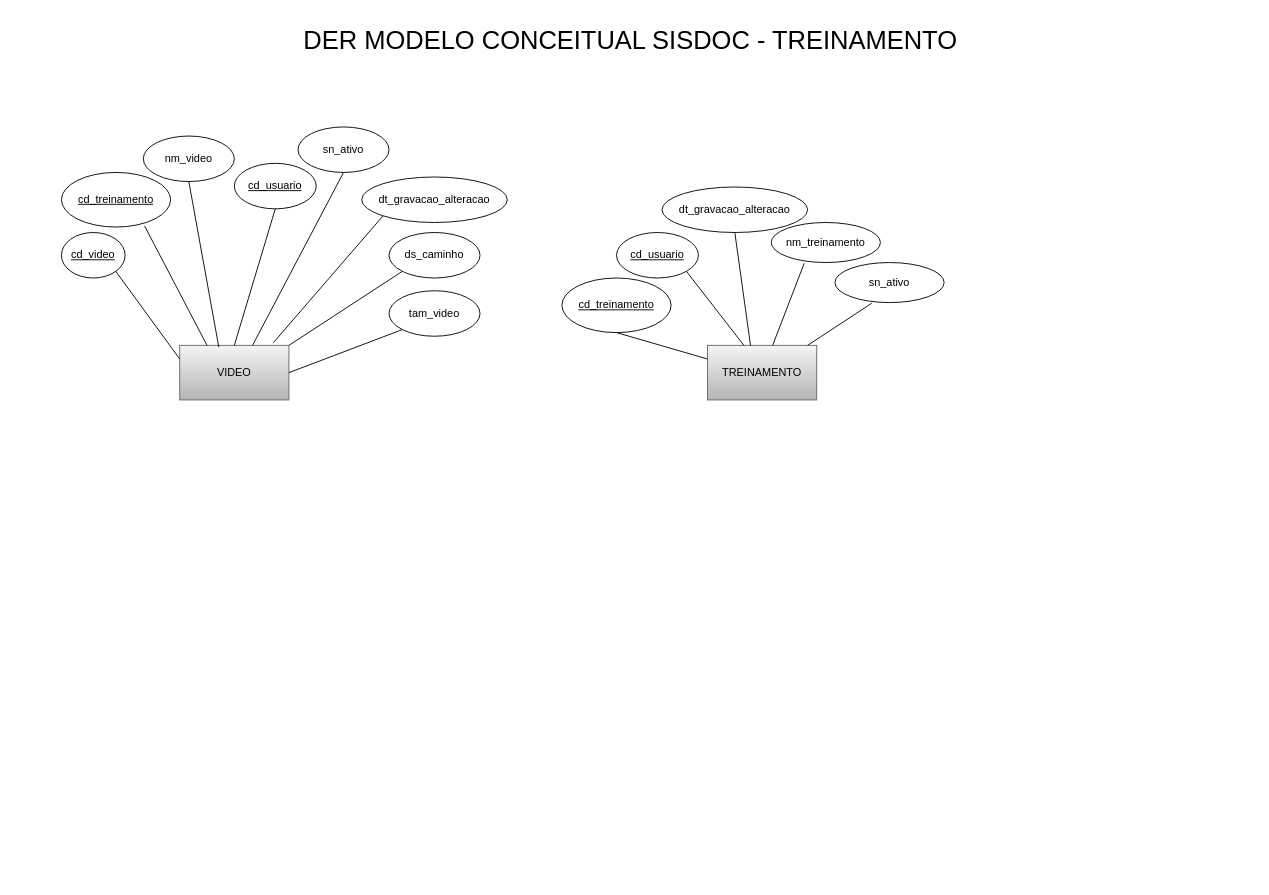
Earlier version of the draw.io diagram der modelo conceitual sisdoc.drawio (marcos-renato/MODELOS-DRAWIO). Source tidied: cells renumbered, new cells numbered last; positions are measured from the earlier drawing's top-left corner, leaving out a move shared by most shapes. Both pictures are drawn from the tidied source at 91%, with x=0, y=0 at pixel (16, 26).
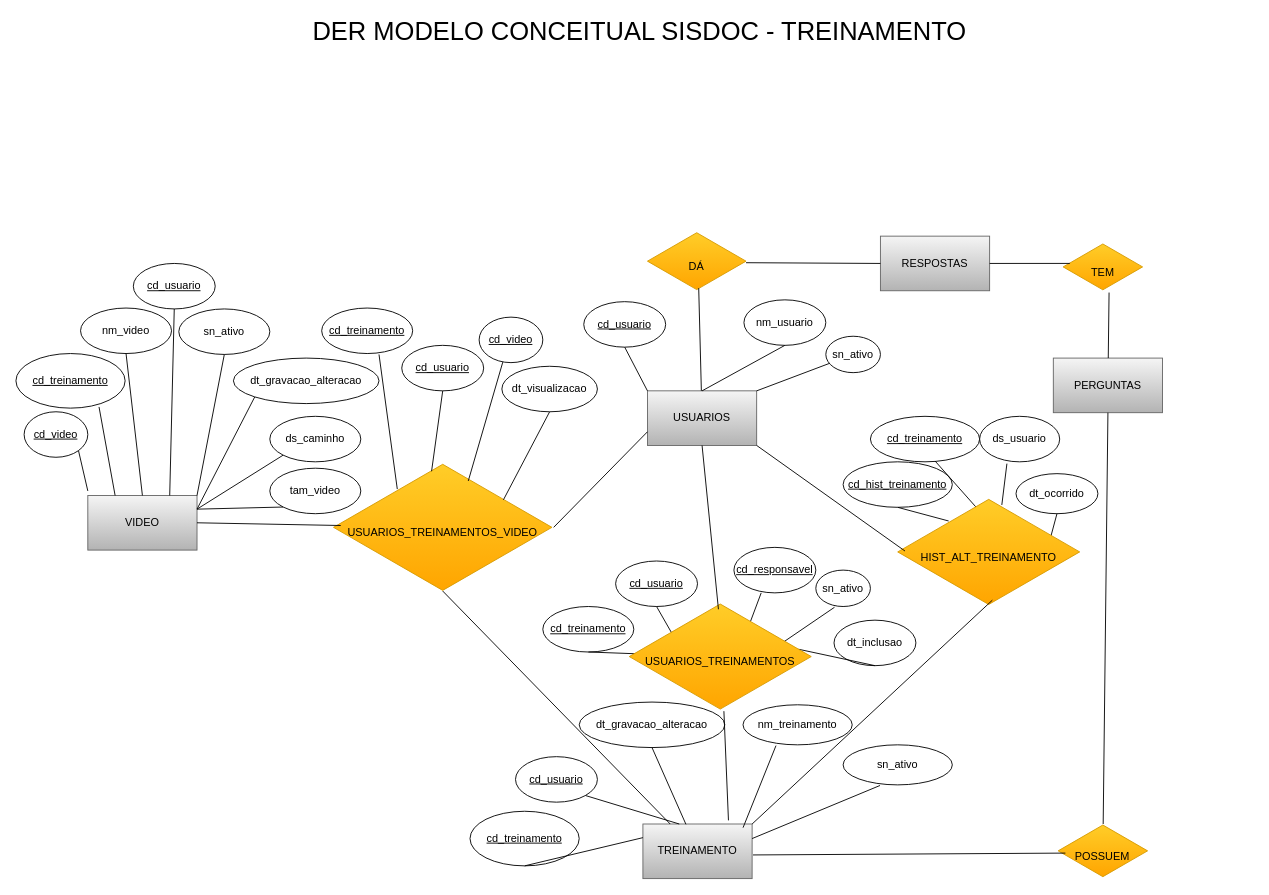
Above is the later version.

Change to the diagram source:
```diff
@@
     <mxCell id="2" value="&lt;font style=&quot;font-size: 28px;&quot;&gt;DER MODELO CONCEITUAL SISDOC - TREINAMENTO&lt;/font&gt;" style="text;html=1;strokeColor=none;fillColor=none;align=center;verticalAlign=middle;whiteSpace=wrap;rounded=0;" parent="1" vertex="1">
-      <mxGeometry width="1349" height="30" as="geometry" />
+      <mxGeometry x="10" y="-10" width="1349" height="30" as="geometry" />
     </mxCell>
     <mxCell id="3" value="VIDEO" style="rounded=0;whiteSpace=wrap;html=1;fillColor=#f5f5f5;gradientColor=#b3b3b3;strokeColor=#666666;" parent="1" vertex="1">
-      <mxGeometry x="179" y="350" width="120" height="60" as="geometry" />
+      <mxGeometry x="78" y="515" width="120" height="60" as="geometry" />
     </mxCell>
     <mxCell id="4" value="&lt;u&gt;cd_video&lt;/u&gt;" style="ellipse;whiteSpace=wrap;html=1;" parent="1" vertex="1">
-      <mxGeometry x="49" y="226" width="70" height="50" as="geometry" />
+      <mxGeometry x="8" y="423" width="70" height="50" as="geometry" />
     </mxCell>
     <mxCell id="5" value="&lt;u&gt;cd_treinamento&lt;/u&gt;" style="ellipse;whiteSpace=wrap;html=1;" parent="1" vertex="1">
-      <mxGeometry x="49" y="160" width="120" height="60" as="geometry" />
+      <mxGeometry x="-1" y="359" width="120" height="60" as="geometry" />
     </mxCell>
     <mxCell id="6" value="nm_video" style="ellipse;whiteSpace=wrap;html=1;" parent="1" vertex="1">
-      <mxGeometry x="139" y="120" width="100" height="50" as="geometry" />
+      <mxGeometry x="70" y="309" width="100" height="50" as="geometry" />
     </mxCell>
     <mxCell id="7" value="&lt;u&gt;cd_usuario&lt;/u&gt;" style="ellipse;whiteSpace=wrap;html=1;" parent="1" vertex="1">
-      <mxGeometry x="239" y="150" width="90" height="50" as="geometry" />
+      <mxGeometry x="128" y="260" width="90" height="50" as="geometry" />
     </mxCell>
     <mxCell id="8" value="sn_ativo" style="ellipse;whiteSpace=wrap;html=1;" parent="1" vertex="1">
-      <mxGeometry x="309" y="110" width="100" height="50" as="geometry" />
+      <mxGeometry x="178" y="310" width="100" height="50" as="geometry" />
     </mxCell>
     <mxCell id="9" value="dt_gravacao_alteracao" style="ellipse;whiteSpace=wrap;html=1;" parent="1" vertex="1">
-      <mxGeometry x="379" y="165" width="160" height="50" as="geometry" />
+      <mxGeometry x="238" y="364" width="160" height="50" as="geometry" />
     </mxCell>
     <mxCell id="10" value="ds_caminho" style="ellipse;whiteSpace=wrap;html=1;" parent="1" vertex="1">
-      <mxGeometry x="409" y="226" width="100" height="50" as="geometry" />
+      <mxGeometry x="278" y="428" width="100" height="50" as="geometry" />
     </mxCell>
     <mxCell id="11" value="tam_video" style="ellipse;whiteSpace=wrap;html=1;" parent="1" vertex="1">
-      <mxGeometry x="409" y="290" width="100" height="50" as="geometry" />
+      <mxGeometry x="278" y="485" width="100" height="50" as="geometry" />
     </mxCell>
@@
-    <mxCell id="13" style="endArrow=none;html=1;rounded=0;fontSize=28;entryX=0.5;entryY=1;entryDx=0;entryDy=0;exitX=0.358;exitY=0.033;exitDx=0;exitDy=0;exitPerimeter=0;" parent="1" edge="1" source="3" target="6">
+    <mxCell id="13" style="endArrow=none;html=1;rounded=0;fontSize=28;entryX=0.5;entryY=1;entryDx=0;entryDy=0;exitX=0.5;exitY=0;exitDx=0;exitDy=0;" parent="1" edge="1" source="3" target="6">
       <mxGeometry relative="1" as="geometry" />
     </mxCell>
-    <mxCell id="14" style="endArrow=none;html=1;rounded=0;fontSize=28;entryX=0.5;entryY=1;entryDx=0;entryDy=0;exitX=0.5;exitY=0;exitDx=0;exitDy=0;" parent="1" edge="1" source="3" target="7">
+    <mxCell id="14" style="endArrow=none;html=1;rounded=0;fontSize=28;entryX=0.5;entryY=1;entryDx=0;entryDy=0;exitX=0.75;exitY=0;exitDx=0;exitDy=0;" parent="1" edge="1" source="3" target="7">
       <mxGeometry relative="1" as="geometry" />
     </mxCell>
-    <mxCell id="15" style="endArrow=none;html=1;rounded=0;fontSize=28;entryX=0.5;entryY=1;entryDx=0;entryDy=0;" parent="1" edge="1" target="8">
-      <mxGeometry relative="1" as="geometry">
-        <mxPoint x="259" y="350" as="sourcePoint" />
-      </mxGeometry>
+    <mxCell id="15" style="endArrow=none;html=1;rounded=0;fontSize=28;entryX=0.5;entryY=1;entryDx=0;entryDy=0;exitX=1;exitY=0;exitDx=0;exitDy=0;" parent="1" edge="1" source="3" target="8">
+      <mxGeometry relative="1" as="geometry" />
     </mxCell>
-    <mxCell id="16" style="endArrow=none;html=1;rounded=0;fontSize=28;entryX=0;entryY=1;entryDx=0;entryDy=0;exitX=0.858;exitY=-0.05;exitDx=0;exitDy=0;exitPerimeter=0;" parent="1" edge="1" source="3" target="9">
+    <mxCell id="16" style="endArrow=none;html=1;rounded=0;fontSize=28;entryX=0;entryY=1;entryDx=0;entryDy=0;exitX=1;exitY=0.25;exitDx=0;exitDy=0;" parent="1" edge="1" source="3" target="9">
       <mxGeometry relative="1" as="geometry" />
     </mxCell>
-    <mxCell id="17" style="endArrow=none;html=1;rounded=0;fontSize=28;entryX=0;entryY=1;entryDx=0;entryDy=0;exitX=1;exitY=0;exitDx=0;exitDy=0;" parent="1" edge="1" source="3" target="10">
+    <mxCell id="17" style="endArrow=none;html=1;rounded=0;fontSize=28;entryX=0;entryY=1;entryDx=0;entryDy=0;exitX=1;exitY=0.25;exitDx=0;exitDy=0;" parent="1" edge="1" source="3" target="10">
       <mxGeometry relative="1" as="geometry" />
     </mxCell>
-    <mxCell id="18" style="endArrow=none;html=1;rounded=0;fontSize=28;entryX=0;entryY=1;entryDx=0;entryDy=0;" parent="1" edge="1" target="11">
-      <mxGeometry relative="1" as="geometry">
-        <mxPoint x="299" y="380" as="sourcePoint" />
-      </mxGeometry>
+    <mxCell id="18" style="endArrow=none;html=1;rounded=0;fontSize=28;entryX=0;entryY=1;entryDx=0;entryDy=0;exitX=1;exitY=0.25;exitDx=0;exitDy=0;" parent="1" edge="1" source="3" target="11">
+      <mxGeometry relative="1" as="geometry" />
     </mxCell>
-    <mxCell id="19" style="endArrow=none;html=1;rounded=0;fontSize=28;entryX=1;entryY=1;entryDx=0;entryDy=0;exitX=0;exitY=0.25;exitDx=0;exitDy=0;" parent="1" edge="1" source="3" target="4">
-      <mxGeometry relative="1" as="geometry" />
+    <mxCell id="19" style="endArrow=none;html=1;rounded=0;fontSize=28;entryX=1;entryY=1;entryDx=0;entryDy=0;" parent="1" edge="1" target="4">
+      <mxGeometry relative="1" as="geometry">
+        <mxPoint x="78" y="510" as="sourcePoint" />
+      </mxGeometry>
     </mxCell>
     <mxCell id="20" value="TREINAMENTO" style="rounded=0;whiteSpace=wrap;html=1;fillColor=#f5f5f5;gradientColor=#b3b3b3;strokeColor=#666666;" parent="1" vertex="1">
-      <mxGeometry x="759" y="350" width="120" height="60" as="geometry" />
+      <mxGeometry x="688" y="876" width="120" height="60" as="geometry" />
     </mxCell>
     <mxCell id="21" value="&lt;u&gt;cd_treinamento&lt;/u&gt;" style="ellipse;whiteSpace=wrap;html=1;" parent="1" vertex="1">
-      <mxGeometry x="599" y="276" width="120" height="60" as="geometry" />
+      <mxGeometry x="498" y="862" width="120" height="60" as="geometry" />
     </mxCell>
     <mxCell id="22" value="&lt;u&gt;cd_usuario&lt;/u&gt;" style="ellipse;whiteSpace=wrap;html=1;" parent="1" vertex="1">
-      <mxGeometry x="659" y="226" width="90" height="50" as="geometry" />
+      <mxGeometry x="548" y="802" width="90" height="50" as="geometry" />
     </mxCell>
     <mxCell id="23" value="dt_gravacao_alteracao" style="ellipse;whiteSpace=wrap;html=1;" parent="1" vertex="1">
-      <mxGeometry x="709" y="176" width="160" height="50" as="geometry" />
+      <mxGeometry x="618" y="742" width="160" height="50" as="geometry" />
     </mxCell>
     <mxCell id="24" value="nm_treinamento" style="ellipse;whiteSpace=wrap;html=1;" parent="1" vertex="1">
-      <mxGeometry x="829" y="215" width="120" height="44" as="geometry" />
+      <mxGeometry x="798" y="745" width="120" height="44" as="geometry" />
     </mxCell>
     <mxCell id="25" value="sn_ativo" style="ellipse;whiteSpace=wrap;html=1;" parent="1" vertex="1">
-      <mxGeometry x="899" y="259" width="120" height="44" as="geometry" />
+      <mxGeometry x="908" y="789" width="120" height="44" as="geometry" />
     </mxCell>
@@
-    <mxCell id="29" style="endArrow=none;html=1;rounded=0;fontSize=28;entryX=0.302;entryY=1.019;entryDx=0;entryDy=0;entryPerimeter=0;" parent="1" edge="1" source="20" target="24">
+    <mxCell id="29" style="endArrow=none;html=1;rounded=0;fontSize=28;entryX=0.302;entryY=1.019;entryDx=0;entryDy=0;entryPerimeter=0;exitX=0.917;exitY=0.067;exitDx=0;exitDy=0;exitPerimeter=0;" parent="1" edge="1" source="20" target="24">
       <mxGeometry relative="1" as="geometry" />
     </mxCell>
     <mxCell id="30" style="endArrow=none;html=1;rounded=0;fontSize=28;entryX=0.338;entryY=1.015;entryDx=0;entryDy=0;entryPerimeter=0;" parent="1" edge="1" target="25">
       <mxGeometry relative="1" as="geometry">
-        <mxPoint x="869" y="350" as="sourcePoint" />
+        <mxPoint x="808" y="892" as="sourcePoint" />
       </mxGeometry>
     </mxCell>
+    <mxCell id="31" value="&lt;u&gt;cd_treinamento&lt;/u&gt;" style="ellipse;whiteSpace=wrap;html=1;" parent="1" vertex="1">
+      <mxGeometry x="578" y="637" width="100" height="50" as="geometry" />
+    </mxCell>
+    <mxCell id="32" value="&lt;u&gt;cd_usuario&lt;/u&gt;" style="ellipse;whiteSpace=wrap;html=1;" parent="1" vertex="1">
+      <mxGeometry x="658" y="587" width="90" height="50" as="geometry" />
+    </mxCell>
+    <mxCell id="33" value="dt_inclusao" style="ellipse;whiteSpace=wrap;html=1;" parent="1" vertex="1">
+      <mxGeometry x="898" y="652" width="90" height="50" as="geometry" />
+    </mxCell>
+    <mxCell id="34" value="&lt;u&gt;cd_responsavel&lt;/u&gt;" style="ellipse;whiteSpace=wrap;html=1;" parent="1" vertex="1">
+      <mxGeometry x="788" y="572" width="90" height="50" as="geometry" />
+    </mxCell>
+    <mxCell id="35" value="sn_ativo" style="ellipse;whiteSpace=wrap;html=1;" parent="1" vertex="1">
+      <mxGeometry x="878" y="597" width="60" height="40" as="geometry" />
+    </mxCell>
+    <mxCell id="36" style="endArrow=none;html=1;rounded=0;fontSize=28;exitX=0.5;exitY=1;exitDx=0;exitDy=0;entryX=0.048;entryY=0.475;entryDx=0;entryDy=0;entryPerimeter=0;" parent="1" edge="1" source="31" target="41">
+      <mxGeometry relative="1" as="geometry" />
+    </mxCell>
+    <mxCell id="37" style="endArrow=none;html=1;rounded=0;fontSize=28;exitX=0.5;exitY=1;exitDx=0;exitDy=0;entryX=0.25;entryY=0.333;entryDx=0;entryDy=0;entryPerimeter=0;" parent="1" edge="1" source="32" target="41">
+      <mxGeometry relative="1" as="geometry" />
+    </mxCell>
+    <mxCell id="38" style="endArrow=none;html=1;rounded=0;fontSize=28;entryX=0.5;entryY=1;entryDx=0;entryDy=0;exitX=0.93;exitY=0.433;exitDx=0;exitDy=0;exitPerimeter=0;" parent="1" edge="1" source="41" target="33">
+      <mxGeometry relative="1" as="geometry" />
+    </mxCell>
+    <mxCell id="39" style="endArrow=none;html=1;rounded=0;fontSize=28;exitX=0.65;exitY=0.25;exitDx=0;exitDy=0;entryX=0.333;entryY=1;entryDx=0;entryDy=0;exitPerimeter=0;entryPerimeter=0;" parent="1" edge="1" source="41" target="34">
+      <mxGeometry relative="1" as="geometry" />
+    </mxCell>
+    <mxCell id="40" style="endArrow=none;html=1;rounded=0;fontSize=28;exitX=0.843;exitY=0.372;exitDx=0;exitDy=0;entryX=0.343;entryY=1.02;entryDx=0;entryDy=0;entryPerimeter=0;exitPerimeter=0;" parent="1" edge="1" source="41" target="35">
+      <mxGeometry relative="1" as="geometry" />
+    </mxCell>
+    <mxCell id="41" value="&lt;font style=&quot;font-size: 12px;&quot;&gt;USUARIOS_TREINAMENTOS&lt;/font&gt;" style="html=1;whiteSpace=wrap;shape=isoRectangle;fontSize=28;fillColor=#ffcd28;gradientColor=#ffa500;strokeColor=#d79b00;" parent="1" vertex="1">
+      <mxGeometry x="673" y="632" width="200" height="120" as="geometry" />
+    </mxCell>
+    <mxCell id="42" value="&lt;font style=&quot;font-size: 12px;&quot;&gt;USUARIOS_TREINAMENTOS_VIDEO&lt;/font&gt;" style="html=1;whiteSpace=wrap;shape=isoRectangle;fontSize=28;fillColor=#ffcd28;gradientColor=#ffa500;strokeColor=#d79b00;" parent="1" vertex="1">
+      <mxGeometry x="348" y="478" width="240" height="144" as="geometry" />
+    </mxCell>
+    <mxCell id="43" value="&lt;u&gt;cd_treinamento&lt;/u&gt;" style="ellipse;whiteSpace=wrap;html=1;" parent="1" vertex="1">
+      <mxGeometry x="335" y="309" width="100" height="50" as="geometry" />
+    </mxCell>
+    <mxCell id="44" value="&lt;u&gt;cd_usuario&lt;/u&gt;" style="ellipse;whiteSpace=wrap;html=1;" parent="1" vertex="1">
+      <mxGeometry x="423" y="350" width="90" height="50" as="geometry" />
+    </mxCell>
+    <mxCell id="45" value="&lt;u&gt;cd_video&lt;/u&gt;" style="ellipse;whiteSpace=wrap;html=1;" parent="1" vertex="1">
+      <mxGeometry x="508" y="319" width="70" height="50" as="geometry" />
+    </mxCell>
+    <mxCell id="46" value="dt_visualizacao" style="ellipse;whiteSpace=wrap;html=1;" parent="1" vertex="1">
+      <mxGeometry x="533" y="373" width="105" height="50" as="geometry" />
+    </mxCell>
+    <mxCell id="47" style="endArrow=none;html=1;rounded=0;fontSize=12;entryX=0.5;entryY=1;entryDx=0;entryDy=0;exitX=0.778;exitY=0.29;exitDx=0;exitDy=0;exitPerimeter=0;" parent="1" edge="1" source="42" target="46">
+      <mxGeometry relative="1" as="geometry" />
+    </mxCell>
+    <mxCell id="48" style="endArrow=none;html=1;rounded=0;fontSize=12;entryX=0.372;entryY=0.988;entryDx=0;entryDy=0;entryPerimeter=0;exitX=0.617;exitY=0.146;exitDx=0;exitDy=0;exitPerimeter=0;" parent="1" edge="1" source="42" target="45">
+      <mxGeometry relative="1" as="geometry" />
+    </mxCell>
+    <mxCell id="49" style="endArrow=none;html=1;rounded=0;fontSize=12;entryX=0.5;entryY=1;entryDx=0;entryDy=0;exitX=0.449;exitY=0.072;exitDx=0;exitDy=0;exitPerimeter=0;" parent="1" edge="1" source="42" target="44">
+      <mxGeometry relative="1" as="geometry" />
+    </mxCell>
+    <mxCell id="50" style="endArrow=none;html=1;rounded=0;fontSize=12;entryX=0.292;entryY=0.208;entryDx=0;entryDy=0;entryPerimeter=0;" parent="1" edge="1" target="42">
+      <mxGeometry relative="1" as="geometry">
+        <mxPoint x="398" y="360" as="sourcePoint" />
+      </mxGeometry>
+    </mxCell>
+    <mxCell id="51" value="&lt;u&gt;cd_hist_treinamento&lt;/u&gt;" style="ellipse;whiteSpace=wrap;html=1;" parent="1" vertex="1">
+      <mxGeometry x="908" y="478" width="120" height="50" as="geometry" />
+    </mxCell>
+    <mxCell id="52" value="&lt;u&gt;cd_treinamento&lt;/u&gt;" style="ellipse;whiteSpace=wrap;html=1;" parent="1" vertex="1">
+      <mxGeometry x="938" y="428" width="120" height="50" as="geometry" />
+    </mxCell>
+    <mxCell id="53" value="ds_usuario" style="ellipse;whiteSpace=wrap;html=1;" parent="1" vertex="1">
+      <mxGeometry x="1058" y="428" width="88" height="50" as="geometry" />
+    </mxCell>
+    <mxCell id="54" value="dt_ocorrido" style="ellipse;whiteSpace=wrap;html=1;" parent="1" vertex="1">
+      <mxGeometry x="1098" y="491" width="90" height="44" as="geometry" />
+    </mxCell>
+    <mxCell id="55" style="endArrow=none;html=1;rounded=0;fontSize=12;exitX=0.5;exitY=1;exitDx=0;exitDy=0;entryX=0.28;entryY=0.217;entryDx=0;entryDy=0;entryPerimeter=0;" parent="1" edge="1" source="51" target="67">
+      <mxGeometry relative="1" as="geometry" />
+    </mxCell>
+    <mxCell id="56" style="endArrow=none;html=1;rounded=0;fontSize=12;exitX=0.592;exitY=0.982;exitDx=0;exitDy=0;exitPerimeter=0;entryX=0.44;entryY=0.108;entryDx=0;entryDy=0;entryPerimeter=0;" parent="1" edge="1" source="52" target="67">
+      <mxGeometry relative="1" as="geometry" />
+    </mxCell>
+    <mxCell id="57" style="endArrow=none;html=1;rounded=0;fontSize=12;entryX=0.572;entryY=0.07;entryDx=0;entryDy=0;entryPerimeter=0;" parent="1" edge="1" target="67">
+      <mxGeometry relative="1" as="geometry">
+        <mxPoint x="1088" y="480" as="sourcePoint" />
+      </mxGeometry>
+    </mxCell>
+    <mxCell id="58" style="endArrow=none;html=1;rounded=0;fontSize=12;exitX=0.5;exitY=1;exitDx=0;exitDy=0;entryX=0.84;entryY=0.367;entryDx=0;entryDy=0;entryPerimeter=0;" parent="1" edge="1" source="54" target="67">
+      <mxGeometry relative="1" as="geometry" />
+    </mxCell>
+    <mxCell id="59" value="USUARIOS" style="rounded=0;whiteSpace=wrap;html=1;fillColor=#f5f5f5;gradientColor=#b3b3b3;strokeColor=#666666;" parent="1" vertex="1">
+      <mxGeometry x="693" y="400" width="120" height="60" as="geometry" />
+    </mxCell>
+    <mxCell id="60" value="&lt;u&gt;cd_usuario&lt;/u&gt;" style="ellipse;whiteSpace=wrap;html=1;" parent="1" vertex="1">
+      <mxGeometry x="623" y="302" width="90" height="50" as="geometry" />
+    </mxCell>
+    <mxCell id="61" value="nm_usuario" style="ellipse;whiteSpace=wrap;html=1;" parent="1" vertex="1">
+      <mxGeometry x="799" y="300" width="90" height="50" as="geometry" />
+    </mxCell>
+    <mxCell id="62" value="sn_ativo" style="ellipse;whiteSpace=wrap;html=1;" parent="1" vertex="1">
+      <mxGeometry x="889" y="340" width="60" height="40" as="geometry" />
+    </mxCell>
+    <mxCell id="63" style="endArrow=none;html=1;rounded=0;fontSize=12;exitX=0;exitY=0;exitDx=0;exitDy=0;entryX=0.5;entryY=1;entryDx=0;entryDy=0;" parent="1" edge="1" source="59" target="60">
+      <mxGeometry relative="1" as="geometry" />
+    </mxCell>
+    <mxCell id="64" style="endArrow=none;html=1;rounded=0;fontSize=12;exitX=0.5;exitY=0;exitDx=0;exitDy=0;entryX=0.5;entryY=1;entryDx=0;entryDy=0;" parent="1" edge="1" source="59" target="61">
+      <mxGeometry relative="1" as="geometry" />
+    </mxCell>
+    <mxCell id="65" style="endArrow=none;html=1;rounded=0;fontSize=12;" parent="1" edge="1" target="62">
+      <mxGeometry relative="1" as="geometry">
+        <mxPoint x="813" y="400" as="sourcePoint" />
+      </mxGeometry>
+    </mxCell>
+    <mxCell id="66" style="endArrow=none;html=1;rounded=0;fontSize=12;entryX=1;entryY=0.5;entryDx=0;entryDy=0;exitX=0.033;exitY=0.486;exitDx=0;exitDy=0;exitPerimeter=0;" parent="1" edge="1" source="42" target="3">
+      <mxGeometry relative="1" as="geometry" />
+    </mxCell>
+    <mxCell id="67" value="&lt;font style=&quot;font-size: 12px;&quot;&gt;HIST_ALT_TREINAMENTO&lt;/font&gt;" style="html=1;whiteSpace=wrap;shape=isoRectangle;fontSize=28;fillColor=#ffcd28;gradientColor=#ffa500;strokeColor=#d79b00;" parent="1" vertex="1">
+      <mxGeometry x="968" y="517" width="200" height="120" as="geometry" />
+    </mxCell>
+    <mxCell id="68" style="endArrow=none;html=1;rounded=0;fontSize=12;entryX=0.5;entryY=1;entryDx=0;entryDy=0;exitX=0.49;exitY=0.067;exitDx=0;exitDy=0;exitPerimeter=0;" parent="1" edge="1" source="41" target="59">
+      <mxGeometry relative="1" as="geometry" />
+    </mxCell>
+    <mxCell id="69" style="endArrow=none;html=1;rounded=0;fontSize=12;entryX=0.52;entryY=1;entryDx=0;entryDy=0;entryPerimeter=0;" parent="1" edge="1" target="41">
+      <mxGeometry relative="1" as="geometry">
+        <mxPoint x="782" y="872" as="sourcePoint" />
+      </mxGeometry>
+    </mxCell>
+    <mxCell id="70" style="endArrow=none;html=1;rounded=0;fontSize=12;entryX=0;entryY=0.75;entryDx=0;entryDy=0;exitX=1.008;exitY=0.5;exitDx=0;exitDy=0;exitPerimeter=0;" parent="1" edge="1" source="42" target="59">
+      <mxGeometry relative="1" as="geometry" />
+    </mxCell>
+    <mxCell id="71" style="endArrow=none;html=1;rounded=0;fontSize=12;entryX=0.04;entryY=0.492;entryDx=0;entryDy=0;entryPerimeter=0;exitX=1;exitY=1;exitDx=0;exitDy=0;" parent="1" edge="1" source="59" target="67">
+      <mxGeometry relative="1" as="geometry" />
+    </mxCell>
+    <mxCell id="72" style="endArrow=none;html=1;rounded=0;fontSize=12;entryX=0.25;entryY=0;entryDx=0;entryDy=0;" parent="1" edge="1" target="20">
+      <mxGeometry relative="1" as="geometry">
+        <mxPoint x="468" y="620" as="sourcePoint" />
+      </mxGeometry>
+    </mxCell>
+    <mxCell id="73" style="endArrow=none;html=1;rounded=0;fontSize=12;entryX=0.52;entryY=0.942;entryDx=0;entryDy=0;entryPerimeter=0;exitX=1;exitY=0;exitDx=0;exitDy=0;" parent="1" edge="1" source="20" target="67">
+      <mxGeometry relative="1" as="geometry" />
+    </mxCell>
+    <mxCell id="74" value="PERGUNTAS" style="rounded=0;whiteSpace=wrap;html=1;fillColor=#f5f5f5;gradientColor=#b3b3b3;strokeColor=#666666;" parent="1" vertex="1">
+      <mxGeometry x="1139" y="364" width="120" height="60" as="geometry" />
+    </mxCell>
+    <mxCell id="75" value="&lt;font style=&quot;font-size: 12px;&quot;&gt;POSSUEM&lt;/font&gt;" style="html=1;whiteSpace=wrap;shape=isoRectangle;fontSize=28;fillColor=#ffcd28;gradientColor=#ffa500;strokeColor=#d79b00;" parent="1" vertex="1">
+      <mxGeometry x="1144.3" y="876" width="98.3" height="59" as="geometry" />
+    </mxCell>
+    <mxCell id="76" style="endArrow=none;html=1;rounded=0;fontSize=12;entryX=0.081;entryY=0.542;entryDx=0;entryDy=0;entryPerimeter=0;" parent="1" edge="1" target="75">
+      <mxGeometry relative="1" as="geometry">
+        <mxPoint x="809" y="910" as="sourcePoint" />
+      </mxGeometry>
+    </mxCell>
+    <mxCell id="77" style="endArrow=none;html=1;rounded=0;fontSize=12;entryX=0.5;entryY=1;entryDx=0;entryDy=0;" parent="1" edge="1" source="75" target="74">
+      <mxGeometry relative="1" as="geometry" />
+    </mxCell>
+    <mxCell id="78" value="RESPOSTAS" style="rounded=0;whiteSpace=wrap;html=1;fillColor=#f5f5f5;gradientColor=#b3b3b3;strokeColor=#666666;" parent="1" vertex="1">
+      <mxGeometry x="949" y="230" width="120" height="60" as="geometry" />
+    </mxCell>
+    <mxCell id="79" value="&lt;font style=&quot;font-size: 12px;&quot;&gt;TEM&lt;/font&gt;" style="html=1;whiteSpace=wrap;shape=isoRectangle;fontSize=28;fillColor=#ffcd28;gradientColor=#ffa500;strokeColor=#d79b00;" parent="1" vertex="1">
+      <mxGeometry x="1149.8" y="237.6" width="87.3" height="52.4" as="geometry" />
+    </mxCell>
+    <mxCell id="80" style="endArrow=none;html=1;rounded=0;fontSize=12;entryX=0.578;entryY=1.038;entryDx=0;entryDy=0;entryPerimeter=0;" parent="1" edge="1" source="74" target="79">
+      <mxGeometry relative="1" as="geometry" />
+    </mxCell>
+    <mxCell id="81" style="endArrow=none;html=1;rounded=0;fontSize=12;exitX=1;exitY=0.5;exitDx=0;exitDy=0;entryX=0.084;entryY=0.427;entryDx=0;entryDy=0;entryPerimeter=0;" parent="1" edge="1" source="78" target="79">
+      <mxGeometry relative="1" as="geometry" />
+    </mxCell>
+    <mxCell id="82" value="&lt;font style=&quot;font-size: 12px;&quot;&gt;DÁ&lt;/font&gt;" style="html=1;whiteSpace=wrap;shape=isoRectangle;fontSize=28;fillColor=#ffcd28;gradientColor=#ffa500;strokeColor=#d79b00;" parent="1" vertex="1">
+      <mxGeometry x="693" y="225" width="108.3" height="65" as="geometry" />
+    </mxCell>
+    <mxCell id="83" style="endArrow=none;html=1;rounded=0;fontSize=12;entryX=0.52;entryY=0.957;entryDx=0;entryDy=0;entryPerimeter=0;" parent="1" edge="1" source="59" target="82">
+      <mxGeometry relative="1" as="geometry" />
+    </mxCell>
+    <mxCell id="84" style="endArrow=none;html=1;rounded=0;fontSize=12;entryX=1;entryY=0.526;entryDx=0;entryDy=0;entryPerimeter=0;exitX=0;exitY=0.5;exitDx=0;exitDy=0;" parent="1" edge="1" source="78" target="82">
+      <mxGeometry relative="1" as="geometry" />
+    </mxCell>
```
